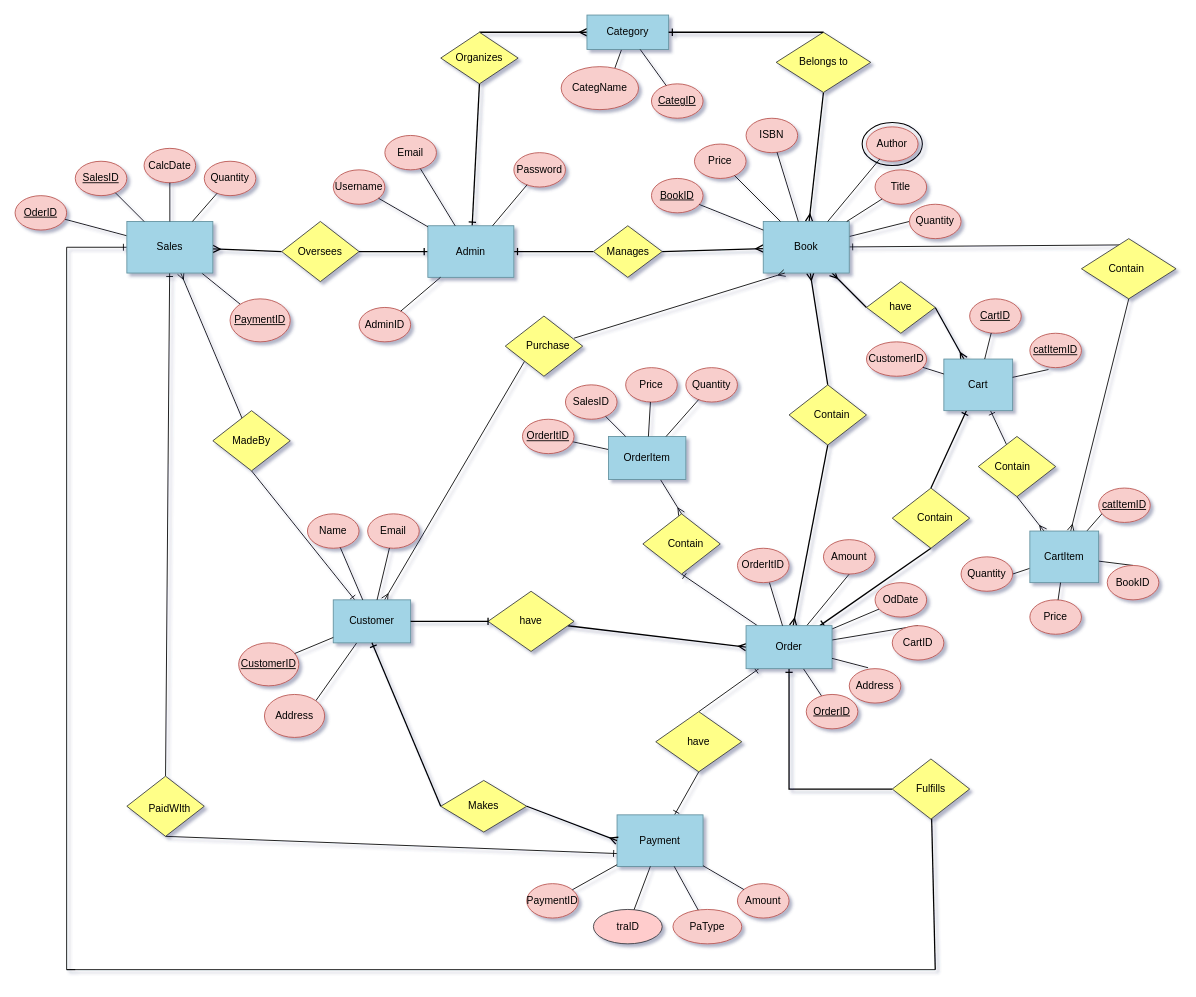
Before: shuchi.drawio in Zul-Qarnain/Database_project, a draw.io diagram. Source tidied: cells renumbered, new cells numbered last; positions are measured from the earlier drawing's top-left corner, leaving out a move shared by most shapes. Both pictures are drawn from the tidied source at 86%, with x=0, y=0 at pixel (15, 15).
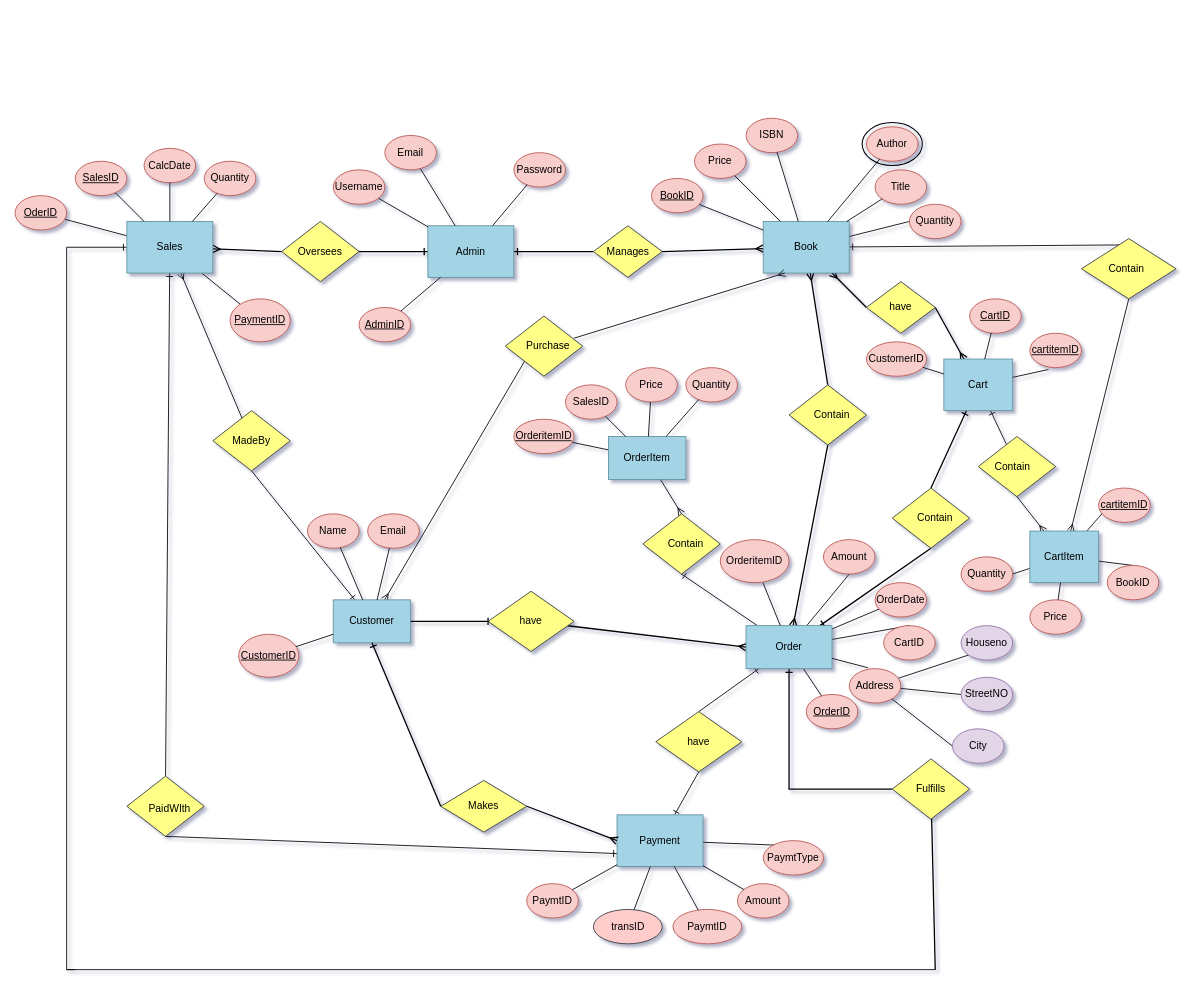
Above is the later version.

Unchanged cells that the change refers to:
```xml
<mxCell id="5" value="Admin" style="rounded=0;whiteSpace=wrap;html=1;fillColor=#a2d4e6;strokeColor=#63919f;" parent="1" vertex="1">
  <mxGeometry x="480" y="245" width="100" height="60" as="geometry" />
</mxCell>
<mxCell id="21" value="Book" style="rounded=0;whiteSpace=wrap;html=1;fillColor=#a2d4e6;strokeColor=#63919f;" parent="1" vertex="1">
  <mxGeometry x="870" y="240" width="100" height="60" as="geometry" />
</mxCell>
<mxCell id="34" value="Payment" style="rounded=0;whiteSpace=wrap;html=1;fillColor=#a2d4e6;strokeColor=#63919f;" parent="1" vertex="1">
  <mxGeometry x="700" y="930" width="100" height="60" as="geometry" />
</mxCell>
<mxCell id="46" value="Customer" style="rounded=0;whiteSpace=wrap;html=1;fillColor=#a2d4e6;strokeColor=#63919f;" parent="1" vertex="1">
  <mxGeometry x="370" y="680" width="90" height="50" as="geometry" />
</mxCell>
<mxCell id="81" value="Address" style="ellipse;whiteSpace=wrap;html=1;fillColor=#f8cecc;strokeColor=#b85450;" parent="1" vertex="1">
  <mxGeometry x="970" y="760" width="60" height="40" as="geometry" />
</mxCell>
```

What changed in the source:
```diff
@@
-    <mxCell id="3" style="rounded=0;jettySize=auto;html=1;endArrow=ERone;endFill=0;strokeWidth=1.5;exitX=0.5;exitY=1;exitDx=0;exitDy=0;" parent="1" edge="1" source="105" target="5">
-      <mxGeometry relative="1" as="geometry" />
-    </mxCell>
@@
-    <mxCell id="6" value="AdminID" style="ellipse;whiteSpace=wrap;html=1;fillColor=#f8cecc;strokeColor=#b85450;" parent="1" vertex="1">
+    <mxCell id="6" value="&lt;u&gt;AdminID&lt;/u&gt;" style="ellipse;whiteSpace=wrap;html=1;fillColor=#f8cecc;strokeColor=#b85450;" parent="1" vertex="1">
       <mxGeometry x="400" y="340" width="60" height="40" as="geometry" />
     </mxCell>
@@
-    <mxCell id="16" style="rounded=0;jettySize=auto;html=1;endArrow=ERmany;endFill=0;exitX=0.5;exitY=1;exitDx=0;exitDy=0;strokeWidth=1.5;" parent="1" edge="1" source="107" target="21">
-      <mxGeometry relative="1" as="geometry" />
-    </mxCell>
@@
+    <mxCell id="165" style="rounded=0;jettySize=auto;html=1;entryX=0.334;entryY=0.138;entryDx=0;entryDy=0;entryPerimeter=0;endArrow=none;endFill=0;" parent="1" edge="1" source="34" target="172">
+      <mxGeometry relative="1" as="geometry" />
+    </mxCell>
@@
-    <mxCell id="35" value="PaymentID" style="ellipse;whiteSpace=wrap;html=1;fillColor=#f8cecc;strokeColor=#b85450;" parent="1" vertex="1">
+    <mxCell id="35" value="PaymtID" style="ellipse;whiteSpace=wrap;html=1;fillColor=#f8cecc;strokeColor=#b85450;" parent="1" vertex="1">
       <mxGeometry x="595" y="1010" width="60" height="40" as="geometry" />
     </mxCell>
@@
-    <mxCell id="39" value="PaType" style="ellipse;whiteSpace=wrap;html=1;fillColor=#f8cecc;strokeColor=#b85450;" parent="1" vertex="1">
+    <mxCell id="39" value="PaymtID" style="ellipse;whiteSpace=wrap;html=1;fillColor=#f8cecc;strokeColor=#b85450;" parent="1" vertex="1">
       <mxGeometry x="765" y="1040" width="80" height="40" as="geometry" />
     </mxCell>
@@
-    <mxCell id="41" value="traID" style="ellipse;whiteSpace=wrap;html=1;fillColor=#ffcccc;strokeColor=#36393d;" parent="1" vertex="1">
+    <mxCell id="41" value="transID" style="ellipse;whiteSpace=wrap;html=1;fillColor=#ffcccc;strokeColor=#36393d;" parent="1" vertex="1">
       <mxGeometry x="672.5" y="1040" width="80" height="40" as="geometry" />
     </mxCell>
@@
-    <mxCell id="43" style="rounded=0;jettySize=auto;html=1;entryX=1;entryY=0;entryDx=0;entryDy=0;endArrow=none;endFill=0;" parent="1" edge="1" source="46" target="112">
-      <mxGeometry relative="1" as="geometry" />
-    </mxCell>
@@
     <mxCell id="47" value="&lt;u&gt;CustomerID&lt;/u&gt;" style="ellipse;whiteSpace=wrap;html=1;fillColor=#f8cecc;strokeColor=#b85450;" parent="1" vertex="1">
-      <mxGeometry x="260" y="730" width="70" height="50" as="geometry" />
+      <mxGeometry x="260" y="720" width="70" height="50" as="geometry" />
     </mxCell>
@@
+    <mxCell id="166" style="rounded=0;jettySize=auto;html=1;entryX=0;entryY=0.5;entryDx=0;entryDy=0;endArrow=none;endFill=0;" parent="1" edge="1" source="81" target="170">
+      <mxGeometry relative="1" as="geometry" />
+    </mxCell>
+    <mxCell id="167" style="rounded=0;jettySize=auto;html=1;entryX=0;entryY=1;entryDx=0;entryDy=0;endArrow=none;endFill=0;" parent="1" edge="1" source="81" target="169">
+      <mxGeometry relative="1" as="geometry" />
+    </mxCell>
+    <mxCell id="168" style="rounded=0;jettySize=auto;html=1;entryX=0;entryY=0.5;entryDx=0;entryDy=0;endArrow=none;endFill=0;" parent="1" edge="1" source="81" target="171">
+      <mxGeometry relative="1" as="geometry" />
+    </mxCell>
@@
-    <mxCell id="82" value="OdDate" style="ellipse;whiteSpace=wrap;html=1;fillColor=#f8cecc;strokeColor=#b85450;" parent="1" vertex="1">
+    <mxCell id="82" value="OrderDate" style="ellipse;whiteSpace=wrap;html=1;fillColor=#f8cecc;strokeColor=#b85450;" parent="1" vertex="1">
       <mxGeometry x="1000" y="660" width="60" height="40" as="geometry" />
     </mxCell>
@@
-    <mxCell id="99" style="rounded=0;jettySize=auto;html=1;entryX=0.5;entryY=1;entryDx=0;entryDy=0;endArrow=none;endFill=0;" parent="1" edge="1" source="101" target="104">
-      <mxGeometry relative="1" as="geometry" />
-    </mxCell>
-    <mxCell id="100" style="rounded=0;jettySize=auto;html=1;endArrow=ERmany;endFill=0;exitX=0.5;exitY=0;exitDx=0;exitDy=0;strokeWidth=1.5;" parent="1" edge="1" source="105" target="101">
-      <mxGeometry relative="1" as="geometry" />
-    </mxCell>
-    <mxCell id="101" value="Category" style="rounded=0;whiteSpace=wrap;html=1;fillColor=#a2d4e6;strokeColor=#63919f;" parent="1" vertex="1">
-      <mxGeometry x="665" width="95" height="40" as="geometry" />
-    </mxCell>
-    <mxCell id="102" value="&lt;u&gt;CategID&lt;/u&gt;" style="ellipse;whiteSpace=wrap;html=1;fillColor=#f8cecc;strokeColor=#b85450;" parent="1" vertex="1">
-      <mxGeometry x="740" y="80" width="60" height="40" as="geometry" />
-    </mxCell>
-    <mxCell id="103" style="endArrow=none;endFill=0;" parent="1" edge="1" source="101" target="102">
-      <mxGeometry relative="1" as="geometry" />
-    </mxCell>
-    <mxCell id="104" value="CategName" style="ellipse;whiteSpace=wrap;html=1;fillColor=#f8cecc;strokeColor=#b85450;" parent="1" vertex="1">
-      <mxGeometry x="635" y="60" width="90" height="50" as="geometry" />
-    </mxCell>
-    <mxCell id="105" style="rhombus;whiteSpace=wrap;html=1;fillColor=#ffff88;strokeColor=#36393d;" parent="1" vertex="1">
-      <mxGeometry x="495" y="20" width="90" height="60" as="geometry" />
-    </mxCell>
-    <mxCell id="106" value="Organizes" style="text;html=1;align=center;verticalAlign=middle;whiteSpace=wrap;rounded=0;" parent="1" vertex="1">
-      <mxGeometry x="510" y="35" width="60" height="30" as="geometry" />
-    </mxCell>
-    <mxCell id="107" style="rhombus;whiteSpace=wrap;html=1;fillColor=#ffff88;strokeColor=#36393d;" parent="1" vertex="1">
-      <mxGeometry x="885" y="20" width="110" height="70" as="geometry" />
-    </mxCell>
-    <mxCell id="108" style="rounded=0;jettySize=auto;html=1;exitX=0.5;exitY=0;exitDx=0;exitDy=0;endArrow=ERone;endFill=0;strokeWidth=1.5;" parent="1" edge="1" source="107" target="101">
-      <mxGeometry relative="1" as="geometry" />
-    </mxCell>
-    <mxCell id="109" value="Belongs to" style="text;html=1;align=center;verticalAlign=middle;whiteSpace=wrap;rounded=0;fillColor=none;strokeColor=none;glass=0;gradientColor=none;" parent="1" vertex="1">
-      <mxGeometry x="887.5" y="40" width="105" height="30" as="geometry" />
-    </mxCell>
     <mxCell id="110" value="CartID" style="ellipse;whiteSpace=wrap;html=1;fillColor=#f8cecc;strokeColor=#b85450;" parent="1" vertex="1">
-      <mxGeometry x="1020" y="710" width="60" height="40" as="geometry" />
+      <mxGeometry x="1010" y="710" width="60" height="40" as="geometry" />
     </mxCell>
@@
-    <mxCell id="112" value="Address" style="ellipse;whiteSpace=wrap;html=1;fillColor=#f8cecc;strokeColor=#b85450;" parent="1" vertex="1">
-      <mxGeometry x="290" y="790" width="70" height="50" as="geometry" />
-    </mxCell>
@@
-    <mxCell id="144" value="&lt;u&gt;catItemID&lt;/u&gt;" style="ellipse;whiteSpace=wrap;html=1;fillColor=#f8cecc;strokeColor=#b85450;" parent="1" vertex="1">
+    <mxCell id="144" value="&lt;u&gt;cartitemID&lt;/u&gt;" style="ellipse;whiteSpace=wrap;html=1;fillColor=#f8cecc;strokeColor=#b85450;" parent="1" vertex="1">
       <mxGeometry x="1260" y="550" width="60" height="40" as="geometry" />
     </mxCell>
@@
-    <mxCell id="155" value="&lt;u&gt;OrderItID&lt;/u&gt;" style="ellipse;whiteSpace=wrap;html=1;fillColor=#f8cecc;strokeColor=#b85450;" parent="1" vertex="1">
-      <mxGeometry x="590" y="470" width="60" height="40" as="geometry" />
+    <mxCell id="155" value="&lt;u&gt;OrderitemID&lt;/u&gt;" style="ellipse;whiteSpace=wrap;html=1;fillColor=#f8cecc;strokeColor=#b85450;" parent="1" vertex="1">
+      <mxGeometry x="580" y="470" width="70" height="40" as="geometry" />
     </mxCell>
@@
-    <mxCell id="158" value="&lt;u&gt;catItemID&lt;/u&gt;" style="ellipse;whiteSpace=wrap;html=1;fillColor=#f8cecc;strokeColor=#b85450;" parent="1" vertex="1">
+    <mxCell id="158" value="&lt;u&gt;cartitemID&lt;/u&gt;" style="ellipse;whiteSpace=wrap;html=1;fillColor=#f8cecc;strokeColor=#b85450;" parent="1" vertex="1">
       <mxGeometry x="1180" y="370" width="60" height="40" as="geometry" />
     </mxCell>
@@
-    <mxCell id="161" value="OrderItID" style="ellipse;whiteSpace=wrap;html=1;fillColor=#f8cecc;strokeColor=#b85450;" parent="1" vertex="1">
-      <mxGeometry x="840" y="620" width="60" height="40" as="geometry" />
+    <mxCell id="161" value="OrderitemID" style="ellipse;whiteSpace=wrap;html=1;fillColor=#f8cecc;strokeColor=#b85450;" parent="1" vertex="1">
+      <mxGeometry x="820" y="610" width="80" height="50" as="geometry" />
     </mxCell>
@@
+    <mxCell id="169" value="Houseno" style="ellipse;whiteSpace=wrap;html=1;fillColor=#e1d5e7;strokeColor=#9673a6;" parent="1" vertex="1">
+      <mxGeometry x="1100" y="710" width="60" height="40" as="geometry" />
+    </mxCell>
+    <mxCell id="170" value="StreetNO" style="ellipse;whiteSpace=wrap;html=1;fillColor=#e1d5e7;strokeColor=#9673a6;" parent="1" vertex="1">
+      <mxGeometry x="1100" y="770" width="60" height="40" as="geometry" />
+    </mxCell>
+    <mxCell id="171" value="City" style="ellipse;whiteSpace=wrap;html=1;fillColor=#e1d5e7;strokeColor=#9673a6;" parent="1" vertex="1">
+      <mxGeometry x="1090" y="830" width="60" height="40" as="geometry" />
+    </mxCell>
+    <mxCell id="172" value="PaymtType" style="ellipse;whiteSpace=wrap;html=1;fillColor=#f8cecc;strokeColor=#b85450;" parent="1" vertex="1">
+      <mxGeometry x="870" y="960" width="70" height="40" as="geometry" />
+    </mxCell>
```
